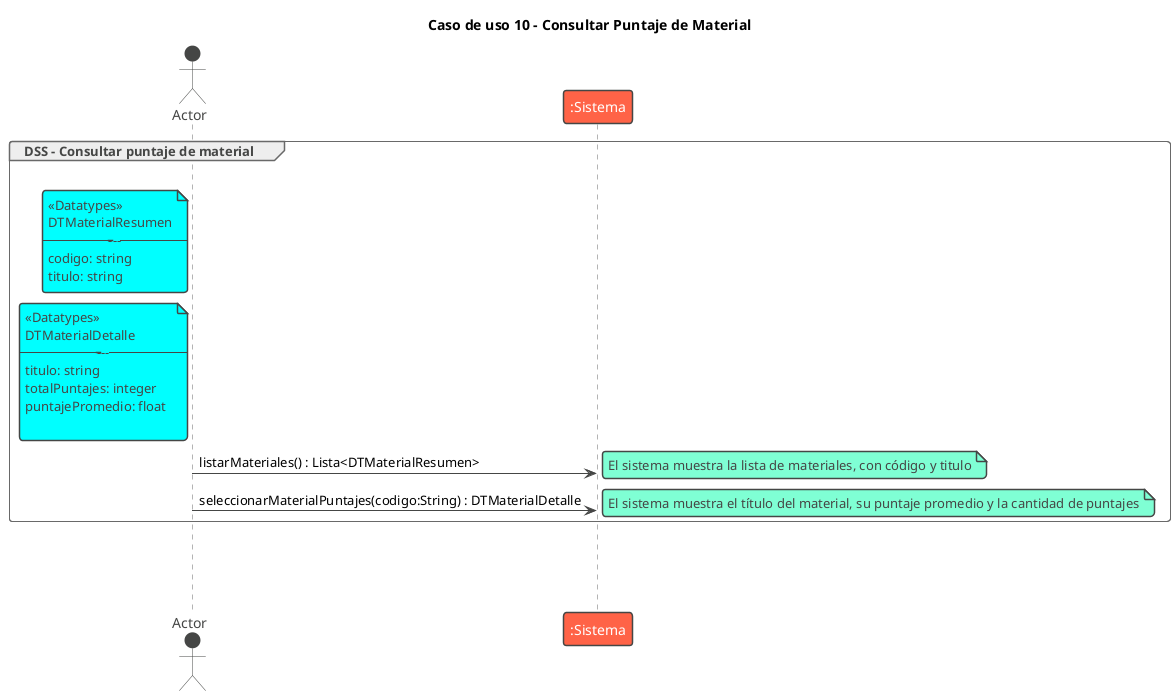
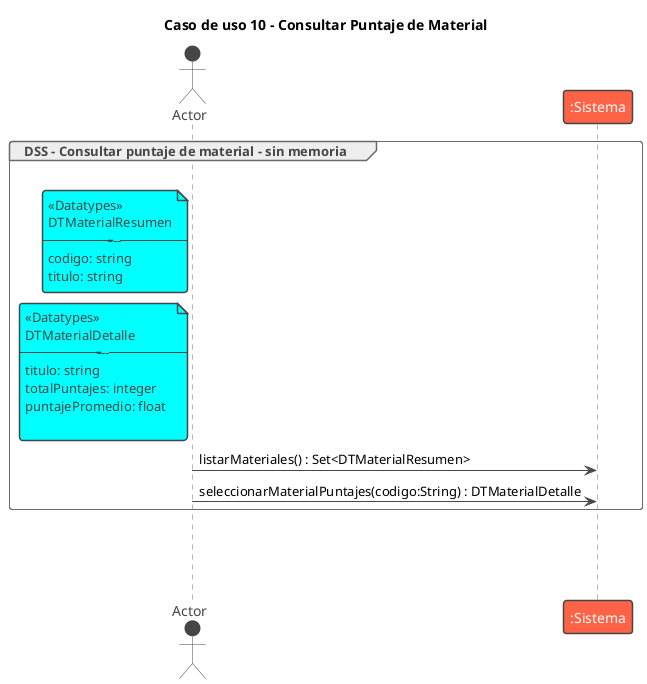
@startuml consultarPuntajeMaterial
!theme vibrant
/' El caso de uso comienza cuando el actor desea consultar los puntajes de un
material. El sistema muestra la lista de materiales registrados indicando su código
y título, y el actor selecciona uno de ellos. A continuación, el sistema muestra el
título del material, su puntaje promedio y la cantidad total de puntajes
registrados para dicho material'/


title Caso de uso 10 - Consultar Puntaje de Material

- group DSS - Consultar puntaje de material
+ group DSS - Consultar puntaje de material - sin memoria
Actor Actor
' El actor puede ser un funcionario o un lector, pero para simplificar se representa como Actor
|||
note left of Actor #aqua
<<Datatypes>>
DTMaterialResumen
-----------
codigo: string
titulo: string
end note

note left of Actor #aqua
<<Datatypes>>
DTMaterialDetalle
-----------
titulo: string
totalPuntajes: integer
puntajePromedio: float

end note

- Actor -> ":Sistema" : listarMateriales() : Lista<DTMaterialResumen>
- note right: El sistema muestra la lista de materiales, con código y titulo
+ Actor -> ":Sistema" : listarMateriales() : Set<DTMaterialResumen>

Actor -> ":Sistema" : seleccionarMaterialPuntajes(codigo:String) : DTMaterialDetalle
- note right: El sistema muestra el título del material, su puntaje promedio y la cantidad de puntajes
+ 

end
|||
|||
|||

@enduml